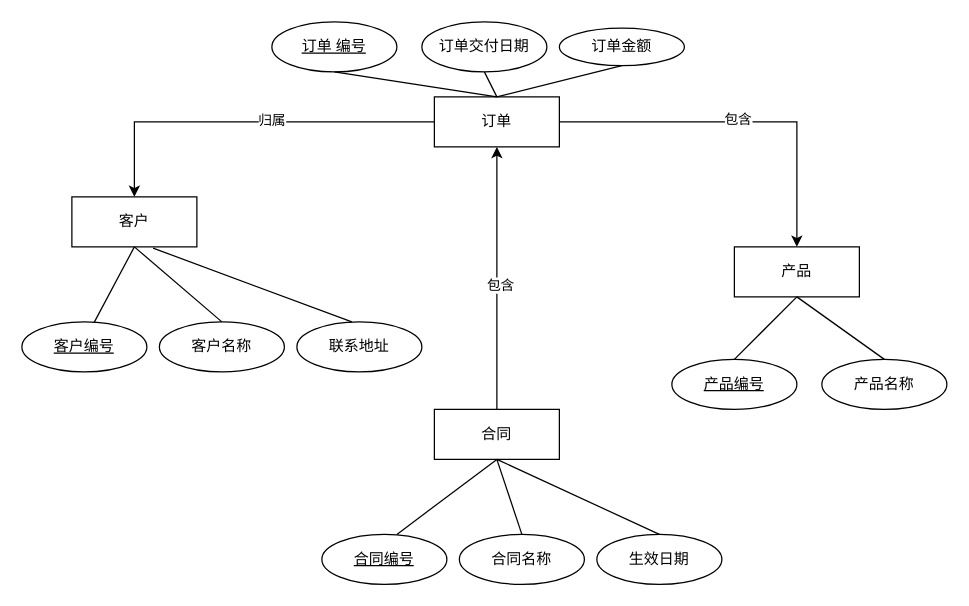
Before: 化工E-R图.drawio in javaCrazy0625/draw-file, a draw.io diagram. Source tidied: cells renumbered, new cells numbered last; positions are measured from the earlier drawing's top-left corner, leaving out a move shared by most shapes. Both pictures are drawn from the tidied source at 125%, with x=0, y=0 at pixel (21, 21).
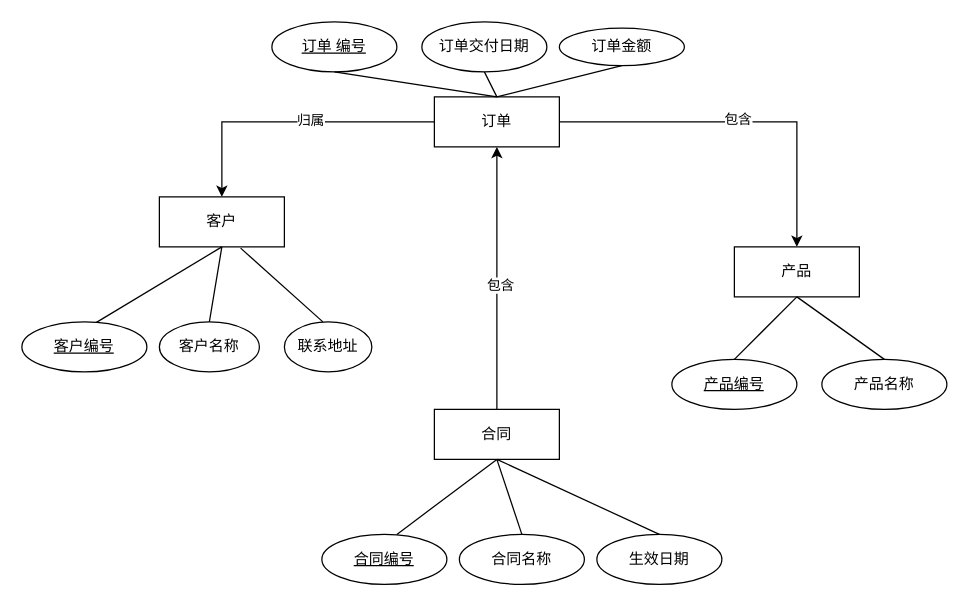
Above is the later version.

Commit message (it also covers changes not shown here):
更新化工E-R图.drawio

What changed in the source:
```diff
@@
     <mxCell id="7" value="客户" style="whiteSpace=wrap;html=1;align=center;" parent="1" vertex="1">
-      <mxGeometry x="40" y="140" width="100" height="40" as="geometry" />
+      <mxGeometry x="110" y="140" width="100" height="40" as="geometry" />
     </mxCell>
@@
     <mxCell id="10" value="客户名称" style="ellipse;whiteSpace=wrap;html=1;align=center;" parent="1" vertex="1">
-      <mxGeometry x="110" y="240" width="100" height="40" as="geometry" />
+      <mxGeometry x="110" y="240" width="80" height="40" as="geometry" />
     </mxCell>
@@
     <mxCell id="12" value="联系地址" style="ellipse;whiteSpace=wrap;html=1;align=center;" parent="1" vertex="1">
-      <mxGeometry x="220" y="240" width="100" height="40" as="geometry" />
+      <mxGeometry x="210" y="240" width="70" height="40" as="geometry" />
     </mxCell>
@@
-    <mxCell id="14" style="endArrow=none;html=1;rounded=0;entryX=0.44;entryY=0;entryDx=0;entryDy=0;entryPerimeter=0;exitX=0.65;exitY=1.025;exitDx=0;exitDy=0;exitPerimeter=0;" parent="1" edge="1" source="7" target="12">
-      <mxGeometry relative="1" as="geometry" />
+    <mxCell id="14" style="endArrow=none;html=1;rounded=0;entryX=0.44;entryY=0;entryDx=0;entryDy=0;entryPerimeter=0;" parent="1" edge="1" target="12">
+      <mxGeometry relative="1" as="geometry">
+        <mxPoint x="175" y="181" as="sourcePoint" />
+      </mxGeometry>
     </mxCell>
```
